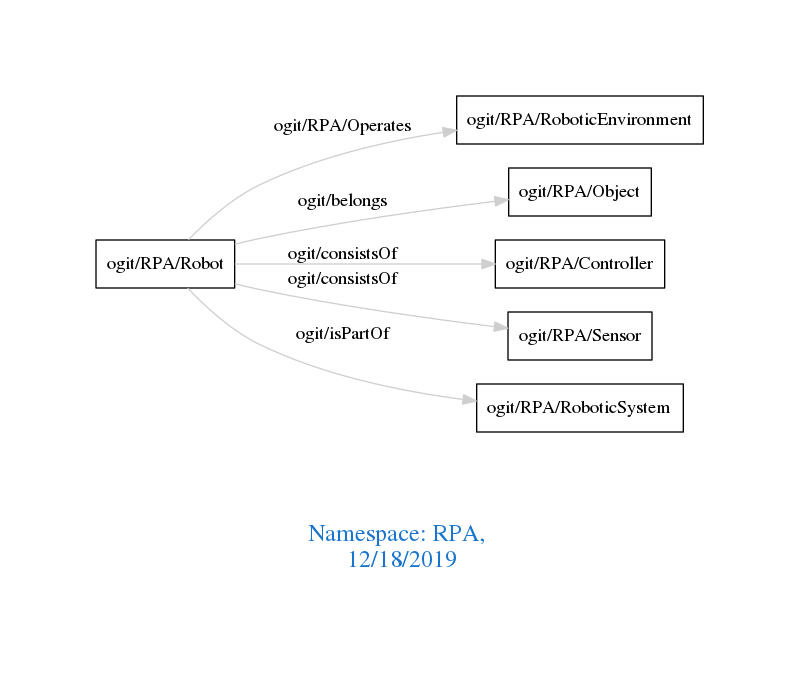
Before: downloads/RPA.png, a diagram exported from Graphviz (arago/OGIT). Its source is kept beside it as downloads/RPA.dot.
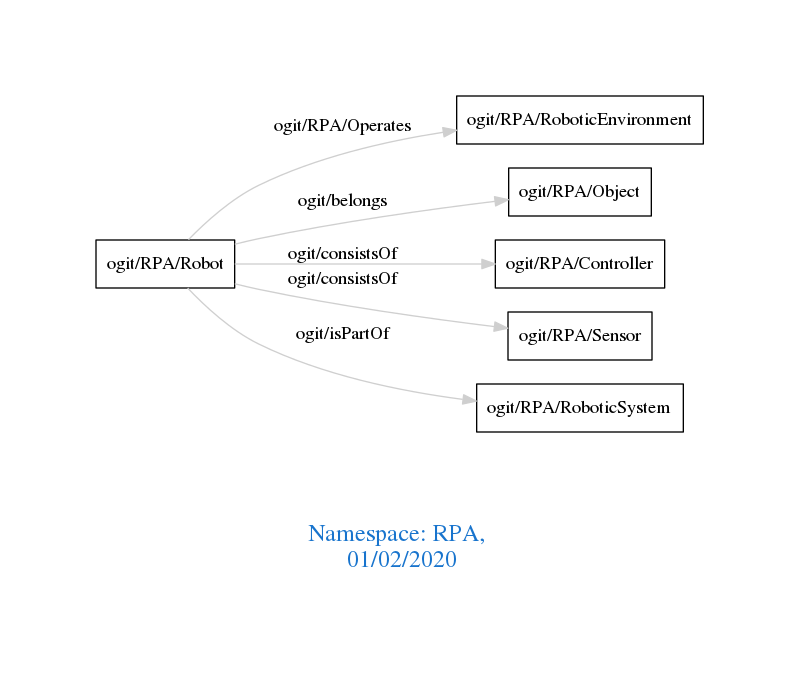
The same file after the commit.

What changed in the source:
```diff
@@ -1,7 +1,7 @@
 digraph OGIT_ontology {
  graph [ rankdir= LR,pad=1
 fontsize = 18,
-fontcolor= dodgerblue3,label = "\n\n\nNamespace: RPA, \n 12/18/2019"];
+fontcolor= dodgerblue3,label = "\n\n\nNamespace: RPA, \n 01/02/2020"];
 node[shape=polygon];
 edge [  color="gray81"];
 
```
